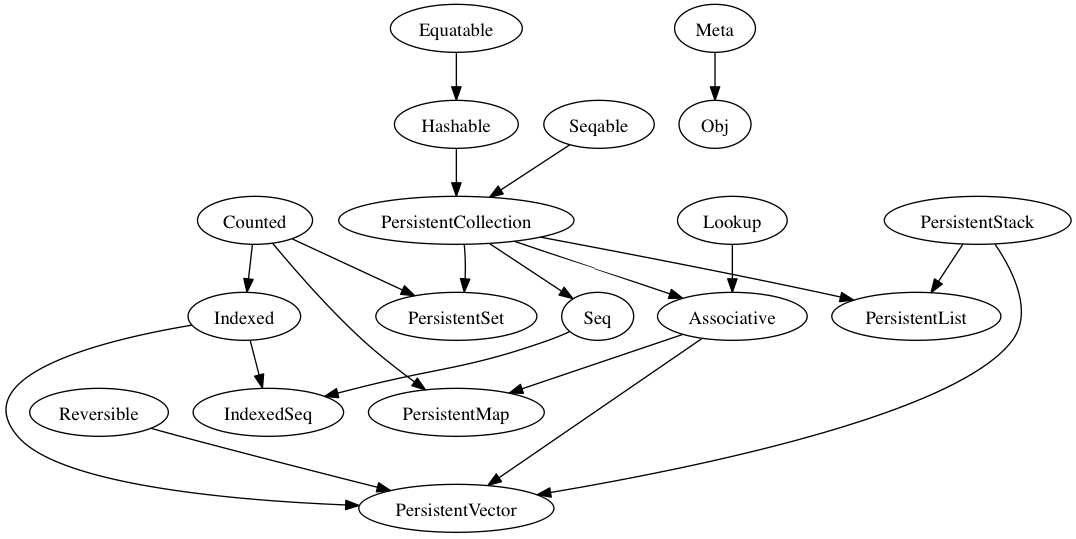
The Graphviz diagram doc/seq.png in dmiller/go-seq, before a commit. Its source is kept beside it as doc/seq.dot. Its diagram source:
```dot
digraph G {

	Equatable -> Hashable [weight=8];
	Hashable -> PersistentCollection [weight=8];
	PersistentCollection -> PersistentSet [weight=8, style="invis"];
	PersistentSet -> PersistentMap [weight=8, style="invis"];
	PersistentMap -> PersistentVector  [weight=8, style="invis"];
	Seqable -> PersistentCollection;
	PersistentCollection -> PersistentSet;
	PersistentCollection -> Seq;
	PersistentCollection -> PersistentList;
	PersistentCollection -> Associative;
	Counted -> Indexed;
	Indexed -> IndexedSeq;
	Seq -> IndexedSeq;
	Counted -> PersistentSet;
	Counted -> PersistentMap
	Lookup -> Associative;
	Associative -> PersistentMap;
	Associative -> PersistentVector;
	Reversible -> PersistentVector;
	Indexed -> PersistentVector;
	PersistentStack -> PersistentVector;
	PersistentStack	-> PersistentList;



	Meta -> Obj;
}
```
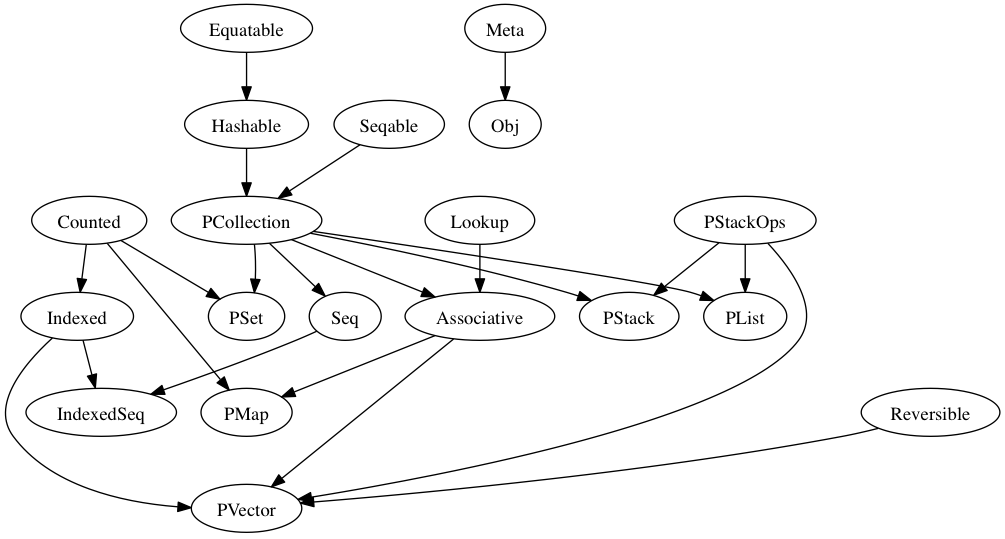
After the change.

Commit message:
Update interface graph

What changed in the source:
```diff
@@ -1,27 +1,29 @@
 digraph G {
 
 	Equatable -> Hashable [weight=8];
-	Hashable -> PersistentCollection [weight=8];
-	PersistentCollection -> PersistentSet [weight=8, style="invis"];
-	PersistentSet -> PersistentMap [weight=8, style="invis"];
-	PersistentMap -> PersistentVector  [weight=8, style="invis"];
-	Seqable -> PersistentCollection;
-	PersistentCollection -> PersistentSet;
-	PersistentCollection -> Seq;
-	PersistentCollection -> PersistentList;
-	PersistentCollection -> Associative;
+	Hashable -> PCollection [weight=8];
+	PCollection -> PSet [weight=8, style="invis"];
+	PSet -> PMap [weight=8, style="invis"];
+	PMap -> PVector  [weight=8, style="invis"];
+	Seqable -> PCollection;
+	PCollection -> PSet;
+	PCollection -> Seq;
+	PCollection -> PList;
+	PCollection -> Associative;
+	PCollection -> PStack;
 	Counted -> Indexed;
 	Indexed -> IndexedSeq;
 	Seq -> IndexedSeq;
-	Counted -> PersistentSet;
-	Counted -> PersistentMap
+	Counted -> PSet;
+	Counted -> PMap
 	Lookup -> Associative;
-	Associative -> PersistentMap;
-	Associative -> PersistentVector;
-	Reversible -> PersistentVector;
-	Indexed -> PersistentVector;
-	PersistentStack -> PersistentVector;
-	PersistentStack	-> PersistentList;
+	Associative -> PMap;
+	Associative -> PVector;
+	Reversible -> PVector;
+	Indexed -> PVector;
+	PStackOps -> PStack;
+	PStackOps -> PVector;
+	PStackOps	-> PList;
 
 
 
```
